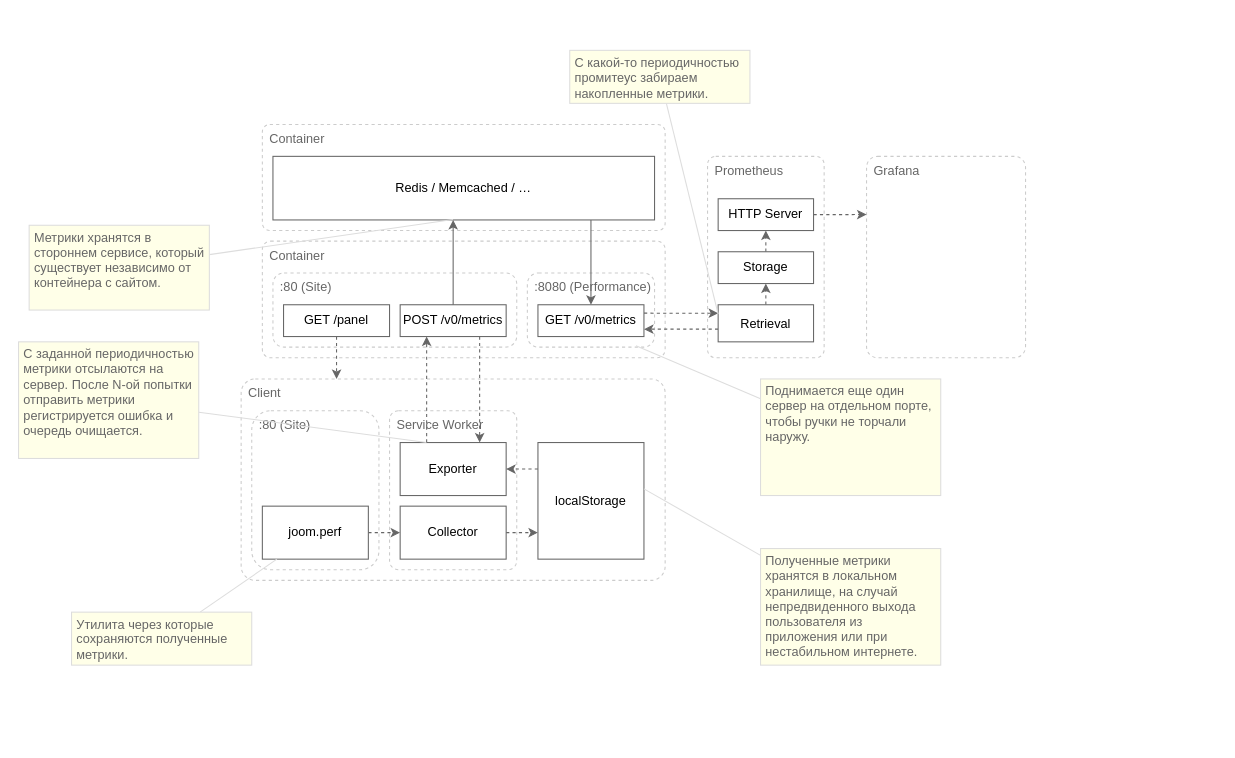
ajile/draw-io keeps this draw.io diagram as metrics.drawio. Above is the earlier version. Source tidied: cells renumbered, new cells numbered last; positions are measured from the earlier drawing's top-left corner, leaving out a move shared by most shapes. Both pictures are drawn from the tidied source at 106%, with x=0, y=0 at pixel (18, 50).
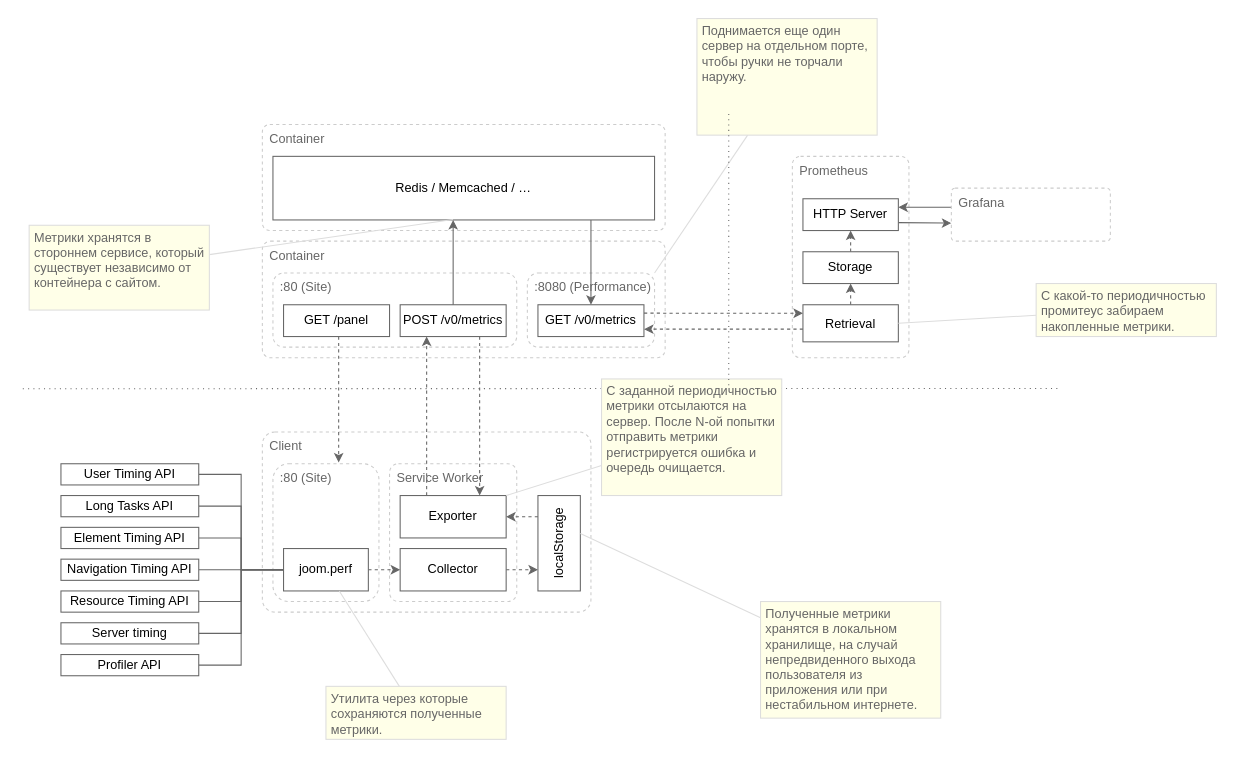
Above is the later version.

Unchanged cells that the change refers to:
```xml
<mxCell id="4" value=":8080 (Performance)" style="rounded=1;whiteSpace=wrap;html=1;shadow=0;glass=0;sketch=0;align=left;verticalAlign=top;spacingLeft=5;strokeColor=#CCCCCC;dashed=1;fontColor=#666666;" parent="1" vertex="1">
  <mxGeometry x="480" y="210" width="120" height="70" as="geometry" />
</mxCell>
<mxCell id="5" value="GET /panel" style="rounded=0;whiteSpace=wrap;html=1;shadow=0;glass=0;sketch=0;align=center;verticalAlign=middle;strokeColor=#666666;" parent="1" vertex="1">
  <mxGeometry x="250" y="240" width="100" height="30" as="geometry" />
</mxCell>
```

Diff of the diagram source:
```diff
@@
+    <mxCell id="49" style="endArrow=none;html=1;fontColor=#000000;strokeColor=#666666;dashed=1;dashPattern=1 4;" parent="1" edge="1">
+      <mxGeometry relative="1" as="geometry">
+        <mxPoint x="980" y="319" as="sourcePoint" />
+        <mxPoint y="319.2" as="targetPoint" />
+      </mxGeometry>
+    </mxCell>
@@
     <mxCell id="7" value="Client" style="rounded=1;whiteSpace=wrap;html=1;glass=0;shadow=0;sketch=0;arcSize=7;verticalAlign=top;align=left;spacing=2;spacingLeft=5;strokeColor=#CCCCCC;dashed=1;fontColor=#666666;" parent="1" vertex="1">
-      <mxGeometry x="210" y="310" width="400" height="190" as="geometry" />
+      <mxGeometry x="230" y="360" width="310" height="170" as="geometry" />
     </mxCell>
     <mxCell id="8" value="Service Worker" style="rounded=1;whiteSpace=wrap;html=1;glass=0;shadow=0;sketch=0;arcSize=7;verticalAlign=top;align=left;spacing=2;spacingLeft=5;strokeColor=#CCCCCC;dashed=1;fontColor=#666666;" parent="1" vertex="1">
-      <mxGeometry x="350" y="340" width="120" height="150" as="geometry" />
+      <mxGeometry x="350" y="390" width="120" height="130" as="geometry" />
     </mxCell>
     <mxCell id="9" value="Prometheus" style="rounded=1;whiteSpace=wrap;html=1;glass=0;shadow=0;sketch=0;arcSize=7;verticalAlign=top;align=left;spacing=2;spacingLeft=5;strokeColor=#CCCCCC;dashed=1;fontColor=#666666;" parent="1" vertex="1">
-      <mxGeometry x="650" y="100" width="110" height="190" as="geometry" />
+      <mxGeometry x="730" y="100" width="110" height="190" as="geometry" />
     </mxCell>
@@
+    <mxCell id="50" style="edgeStyle=elbowEdgeStyle;rounded=0;jettySize=auto;html=1;fontColor=#000000;endArrow=classic;endFill=1;elbow=vertical;strokeColor=#666666;entryX=1;entryY=0.25;entryDx=0;entryDy=0;" parent="1" edge="1" source="12" target="26">
+      <mxGeometry relative="1" as="geometry" />
+    </mxCell>
     <mxCell id="12" value="Grafana" style="rounded=1;whiteSpace=wrap;html=1;glass=0;shadow=0;sketch=0;arcSize=7;verticalAlign=top;align=left;spacing=2;spacingLeft=5;strokeColor=#CCCCCC;dashed=1;fontColor=#666666;" parent="1" vertex="1">
-      <mxGeometry x="800" y="100" width="150" height="190" as="geometry" />
+      <mxGeometry x="880" y="130" width="150" height="50" as="geometry" />
     </mxCell>
@@
     <mxCell id="15" value="Retrieval" style="rounded=0;whiteSpace=wrap;html=1;shadow=0;glass=0;sketch=0;align=center;verticalAlign=middle;strokeColor=#666666;" parent="1" vertex="1">
-      <mxGeometry x="660" y="240" width="90" height="35" as="geometry" />
+      <mxGeometry x="740" y="240" width="90" height="35" as="geometry" />
     </mxCell>
     <mxCell id="16" value="Exporter" style="rounded=0;whiteSpace=wrap;html=1;shadow=0;glass=0;sketch=0;align=center;verticalAlign=middle;strokeColor=#666666;" parent="1" vertex="1">
-      <mxGeometry x="360" y="370" width="100" height="50" as="geometry" />
+      <mxGeometry x="360" y="420" width="100" height="40" as="geometry" />
     </mxCell>
@@
     <mxCell id="18" value="Collector" style="rounded=0;whiteSpace=wrap;html=1;shadow=0;glass=0;sketch=0;align=center;verticalAlign=middle;strokeColor=#666666;" parent="1" vertex="1">
-      <mxGeometry x="360" y="430" width="100" height="50" as="geometry" />
+      <mxGeometry x="360" y="470" width="100" height="40" as="geometry" />
     </mxCell>
     <mxCell id="19" value=":80 (Site)" style="rounded=1;whiteSpace=wrap;html=1;shadow=0;glass=0;sketch=0;align=left;verticalAlign=top;spacingLeft=5;strokeColor=#CCCCCC;dashed=1;fontColor=#666666;" parent="1" vertex="1">
-      <mxGeometry x="220" y="340" width="120" height="150" as="geometry" />
+      <mxGeometry x="240" y="390" width="100" height="130" as="geometry" />
     </mxCell>
@@
-    <mxCell id="21" value="localStorage" style="rounded=0;whiteSpace=wrap;html=1;shadow=0;glass=0;sketch=0;align=center;verticalAlign=middle;strokeColor=#666666;" parent="1" vertex="1">
-      <mxGeometry x="490" y="370" width="100" height="110" as="geometry" />
+    <mxCell id="21" value="localStorage" style="rounded=0;whiteSpace=wrap;html=1;shadow=0;glass=0;sketch=0;align=center;verticalAlign=middle;strokeColor=#666666;horizontal=0;" parent="1" vertex="1">
+      <mxGeometry x="490" y="420" width="40" height="90" as="geometry" />
     </mxCell>
-    <mxCell id="22" style="edgeStyle=elbowEdgeStyle;rounded=0;jettySize=auto;html=1;dashed=1;fontColor=#666666;strokeColor=#666666;" parent="1" edge="1" source="5" target="7">
+    <mxCell id="22" style="edgeStyle=elbowEdgeStyle;rounded=0;jettySize=auto;html=1;dashed=1;fontColor=#666666;strokeColor=#666666;entryX=0.617;entryY=-0.009;entryDx=0;entryDy=0;entryPerimeter=0;" parent="1" edge="1" source="5" target="19">
       <mxGeometry relative="1" as="geometry" />
     </mxCell>
@@
     <mxCell id="24" value="Storage" style="rounded=0;whiteSpace=wrap;html=1;shadow=0;glass=0;sketch=0;align=center;verticalAlign=middle;strokeColor=#666666;" parent="1" vertex="1">
-      <mxGeometry x="660" y="190" width="90" height="30" as="geometry" />
+      <mxGeometry x="740" y="190" width="90" height="30" as="geometry" />
     </mxCell>
-    <mxCell id="25" style="edgeStyle=elbowEdgeStyle;rounded=0;jettySize=auto;html=1;entryX=0;entryY=0.289;entryDx=0;entryDy=0;entryPerimeter=0;dashed=1;fontColor=#666666;strokeColor=#666666;" parent="1" edge="1" source="26" target="12">
+    <mxCell id="25" style="edgeStyle=elbowEdgeStyle;rounded=0;jettySize=auto;elbow=vertical;html=1;fontColor=#000000;endArrow=classic;endFill=1;strokeColor=#666666;exitX=1;exitY=0.75;exitDx=0;exitDy=0;" parent="1" edge="1" source="26" target="12">
       <mxGeometry relative="1" as="geometry" />
     </mxCell>
     <mxCell id="26" value="HTTP Server" style="rounded=0;whiteSpace=wrap;html=1;shadow=0;glass=0;sketch=0;align=center;verticalAlign=middle;strokeColor=#666666;" parent="1" vertex="1">
-      <mxGeometry x="660" y="140" width="90" height="30" as="geometry" />
+      <mxGeometry x="740" y="140" width="90" height="30" as="geometry" />
     </mxCell>
@@
+    <mxCell id="51" style="edgeStyle=orthogonalEdgeStyle;rounded=0;jettySize=auto;elbow=vertical;html=1;entryX=1;entryY=0.5;entryDx=0;entryDy=0;fontColor=#000000;endArrow=none;endFill=0;strokeColor=#666666;" parent="1" edge="1" source="32" target="59">
+      <mxGeometry relative="1" as="geometry" />
+    </mxCell>
+    <mxCell id="52" style="edgeStyle=orthogonalEdgeStyle;rounded=0;jettySize=auto;html=1;entryX=1;entryY=0.5;entryDx=0;entryDy=0;fontColor=#000000;endArrow=none;endFill=0;strokeColor=#666666;" parent="1" edge="1" source="32" target="60">
+      <mxGeometry relative="1" as="geometry" />
+    </mxCell>
+    <mxCell id="53" style="edgeStyle=orthogonalEdgeStyle;rounded=0;jettySize=auto;html=1;entryX=1;entryY=0.5;entryDx=0;entryDy=0;fontColor=#000000;endArrow=none;endFill=0;strokeColor=#666666;" parent="1" edge="1" source="32" target="61">
+      <mxGeometry relative="1" as="geometry" />
+    </mxCell>
+    <mxCell id="54" style="edgeStyle=orthogonalEdgeStyle;rounded=0;jettySize=auto;html=1;entryX=1;entryY=0.5;entryDx=0;entryDy=0;fontColor=#000000;endArrow=none;endFill=0;strokeColor=#666666;" parent="1" edge="1" source="32" target="62">
+      <mxGeometry relative="1" as="geometry" />
+    </mxCell>
+    <mxCell id="55" style="edgeStyle=orthogonalEdgeStyle;rounded=0;jettySize=auto;html=1;entryX=1;entryY=0.5;entryDx=0;entryDy=0;fontColor=#000000;endArrow=none;endFill=0;strokeColor=#666666;" parent="1" edge="1" source="32" target="63">
+      <mxGeometry relative="1" as="geometry" />
+    </mxCell>
+    <mxCell id="56" style="edgeStyle=orthogonalEdgeStyle;rounded=0;jettySize=auto;html=1;entryX=1;entryY=0.5;entryDx=0;entryDy=0;fontColor=#000000;endArrow=none;endFill=0;strokeColor=#666666;" parent="1" edge="1" source="32" target="64">
+      <mxGeometry relative="1" as="geometry" />
+    </mxCell>
+    <mxCell id="57" style="edgeStyle=orthogonalEdgeStyle;rounded=0;jettySize=auto;html=1;entryX=1;entryY=0.5;entryDx=0;entryDy=0;fontColor=#000000;endArrow=none;endFill=0;strokeColor=#666666;" parent="1" edge="1" source="32" target="65">
+      <mxGeometry relative="1" as="geometry" />
+    </mxCell>
     <mxCell id="32" value="joom.perf" style="rounded=0;whiteSpace=wrap;html=1;shadow=0;glass=0;sketch=0;align=center;verticalAlign=middle;strokeColor=#666666;" parent="1" vertex="1">
-      <mxGeometry x="230" y="430" width="100" height="50" as="geometry" />
+      <mxGeometry x="250" y="470" width="80" height="40" as="geometry" />
     </mxCell>
@@
     <mxCell id="34" value="Полученные метрики хранятся в локальном хранилище, на случай непредвиденного выхода пользователя из приложения или при нестабильном интернете." style="rounded=0;shadow=0;glass=0;sketch=0;fontColor=#666666;align=left;verticalAlign=top;fillColor=#FFFFE8;spacing=0;spacingLeft=5;spacingTop=0;labelBorderColor=none;whiteSpace=wrap;html=1;labelBackgroundColor=none;textDirection=ltr;horizontal=1;spacingBottom=5;spacingRight=5;strokeColor=#DDDDDD;" parent="1" vertex="1">
-      <mxGeometry x="700" y="470" width="170" height="110" as="geometry" />
+      <mxGeometry x="700" y="520" width="170" height="110" as="geometry" />
     </mxCell>
@@
     <mxCell id="36" value="Утилита через которые сохраняются полученные метрики." style="rounded=0;shadow=0;glass=0;sketch=0;fontColor=#666666;align=left;verticalAlign=top;fillColor=#FFFFE8;spacing=0;spacingLeft=5;spacingTop=0;labelBorderColor=none;whiteSpace=wrap;html=1;labelBackgroundColor=none;textDirection=ltr;horizontal=1;spacingBottom=5;spacingRight=5;strokeColor=#DDDDDD;" parent="1" vertex="1">
-      <mxGeometry x="50" y="530" width="170" height="50" as="geometry" />
+      <mxGeometry x="290" y="600" width="170" height="50" as="geometry" />
     </mxCell>
-    <mxCell id="37" style="edgeStyle=none;rounded=0;jettySize=auto;html=1;entryX=0.25;entryY=0;entryDx=0;entryDy=0;fontColor=#000000;endArrow=none;endFill=0;strokeColor=#DDDDDD;" parent="1" edge="1" source="38" target="16">
+    <mxCell id="37" style="edgeStyle=none;rounded=0;jettySize=auto;html=1;entryX=1;entryY=0;entryDx=0;entryDy=0;fontColor=#000000;endArrow=none;endFill=0;strokeColor=#DDDDDD;" parent="1" edge="1" source="38" target="16">
       <mxGeometry relative="1" as="geometry" />
     </mxCell>
     <mxCell id="38" value="С заданной периодичностью метрики отсылаются на сервер. После N-ой попытки отправить метрики регистрируется ошибка и очередь очищается." style="rounded=0;shadow=0;glass=0;sketch=0;fontColor=#666666;align=left;verticalAlign=top;fillColor=#FFFFE8;spacing=0;spacingLeft=5;spacingTop=0;labelBorderColor=none;whiteSpace=wrap;html=1;labelBackgroundColor=none;textDirection=ltr;horizontal=1;spacingBottom=5;spacingRight=5;strokeColor=#DDDDDD;" parent="1" vertex="1">
-      <mxGeometry y="275" width="170" height="110" as="geometry" />
+      <mxGeometry x="550" y="310" width="170" height="110" as="geometry" />
     </mxCell>
@@
-    <mxCell id="41" style="edgeStyle=none;rounded=0;jettySize=auto;html=1;entryX=0;entryY=0.25;entryDx=0;entryDy=0;fontColor=#000000;endArrow=none;endFill=0;strokeColor=#DDDDDD;" parent="1" edge="1" source="42" target="15">
+    <mxCell id="41" style="edgeStyle=none;rounded=0;jettySize=auto;html=1;entryX=1;entryY=0.5;entryDx=0;entryDy=0;fontColor=#000000;endArrow=none;endFill=0;strokeColor=#DDDDDD;" parent="1" edge="1" source="42" target="15">
       <mxGeometry relative="1" as="geometry" />
     </mxCell>
     <mxCell id="42" value="С какой-то периодичностью промитеус забираем накопленные метрики." style="rounded=0;shadow=0;glass=0;sketch=0;fontColor=#666666;align=left;verticalAlign=top;fillColor=#FFFFE8;spacing=0;spacingLeft=5;spacingTop=0;labelBorderColor=none;whiteSpace=wrap;html=1;labelBackgroundColor=none;textDirection=ltr;horizontal=1;spacingBottom=5;spacingRight=5;strokeColor=#DDDDDD;" parent="1" vertex="1">
-      <mxGeometry x="520" width="170" height="50" as="geometry" />
+      <mxGeometry x="960" y="220" width="170" height="50" as="geometry" />
     </mxCell>
@@
-    <mxCell id="45" style="edgeStyle=none;rounded=0;jettySize=auto;html=1;entryX=0.854;entryY=0.981;entryDx=0;entryDy=0;entryPerimeter=0;fontColor=#000000;endArrow=none;endFill=0;strokeColor=#DDDDDD;" parent="1" edge="1" source="46" target="4">
+    <mxCell id="45" style="edgeStyle=none;rounded=0;jettySize=auto;html=1;entryX=1;entryY=0;entryDx=0;entryDy=0;fontColor=#000000;endArrow=none;endFill=0;strokeColor=#DDDDDD;" parent="1" edge="1" source="46" target="4">
       <mxGeometry relative="1" as="geometry" />
     </mxCell>
     <mxCell id="46" value="Поднимается еще один сервер на отдельном порте, чтобы ручки не торчали наружу." style="rounded=0;shadow=0;glass=0;sketch=0;fontColor=#666666;align=left;verticalAlign=top;fillColor=#FFFFE8;spacing=0;spacingLeft=5;spacingTop=0;labelBorderColor=none;whiteSpace=wrap;html=1;labelBackgroundColor=none;textDirection=ltr;horizontal=1;spacingBottom=5;spacingRight=5;strokeColor=#DDDDDD;" parent="1" vertex="1">
-      <mxGeometry x="700" y="310" width="170" height="110" as="geometry" />
+      <mxGeometry x="640" y="-30" width="170" height="110" as="geometry" />
     </mxCell>
+    <mxCell id="58" style="endArrow=none;html=1;fontColor=#000000;strokeColor=#666666;dashed=1;dashPattern=1 4;" parent="1" edge="1">
+      <mxGeometry relative="1" as="geometry">
+        <mxPoint x="670" y="60" as="sourcePoint" />
+        <mxPoint x="670" y="320" as="targetPoint" />
+      </mxGeometry>
+    </mxCell>
+    <mxCell id="59" value="&lt;span style=&quot;text-align: left&quot;&gt;User Timing API&lt;/span&gt;" style="rounded=0;whiteSpace=wrap;html=1;shadow=0;glass=0;sketch=0;align=center;verticalAlign=middle;strokeColor=#666666;" parent="1" vertex="1">
+      <mxGeometry x="40" y="390" width="130" height="20" as="geometry" />
+    </mxCell>
+    <mxCell id="60" value="&lt;span style=&quot;text-align: left&quot;&gt;Long Tasks API&lt;/span&gt;" style="rounded=0;whiteSpace=wrap;html=1;shadow=0;glass=0;sketch=0;align=center;verticalAlign=middle;strokeColor=#666666;" parent="1" vertex="1">
+      <mxGeometry x="40" y="420" width="130" height="20" as="geometry" />
+    </mxCell>
+    <mxCell id="61" value="&lt;span style=&quot;text-align: left&quot;&gt;Element Timing API&lt;/span&gt;" style="rounded=0;whiteSpace=wrap;html=1;shadow=0;glass=0;sketch=0;align=center;verticalAlign=middle;strokeColor=#666666;" parent="1" vertex="1">
+      <mxGeometry x="40" y="450" width="130" height="20" as="geometry" />
+    </mxCell>
+    <mxCell id="62" value="&lt;span style=&quot;text-align: left&quot;&gt;Navigation Timing API&lt;/span&gt;" style="rounded=0;whiteSpace=wrap;html=1;shadow=0;glass=0;sketch=0;align=center;verticalAlign=middle;strokeColor=#666666;" parent="1" vertex="1">
+      <mxGeometry x="40" y="480" width="130" height="20" as="geometry" />
+    </mxCell>
+    <mxCell id="63" value="&lt;span style=&quot;text-align: left&quot;&gt;Resource Timing API&lt;/span&gt;" style="rounded=0;whiteSpace=wrap;html=1;shadow=0;glass=0;sketch=0;align=center;verticalAlign=middle;strokeColor=#666666;" parent="1" vertex="1">
+      <mxGeometry x="40" y="510" width="130" height="20" as="geometry" />
+    </mxCell>
+    <mxCell id="64" value="&lt;span style=&quot;text-align: left&quot;&gt;Server timing&lt;/span&gt;" style="rounded=0;whiteSpace=wrap;html=1;shadow=0;glass=0;sketch=0;align=center;verticalAlign=middle;strokeColor=#666666;" parent="1" vertex="1">
+      <mxGeometry x="40" y="540" width="130" height="20" as="geometry" />
+    </mxCell>
+    <mxCell id="65" value="&lt;span style=&quot;text-align: left&quot;&gt;Profiler API&lt;/span&gt;" style="rounded=0;whiteSpace=wrap;html=1;shadow=0;glass=0;sketch=0;align=center;verticalAlign=middle;strokeColor=#666666;" parent="1" vertex="1">
+      <mxGeometry x="40" y="570" width="130" height="20" as="geometry" />
+    </mxCell>
```
